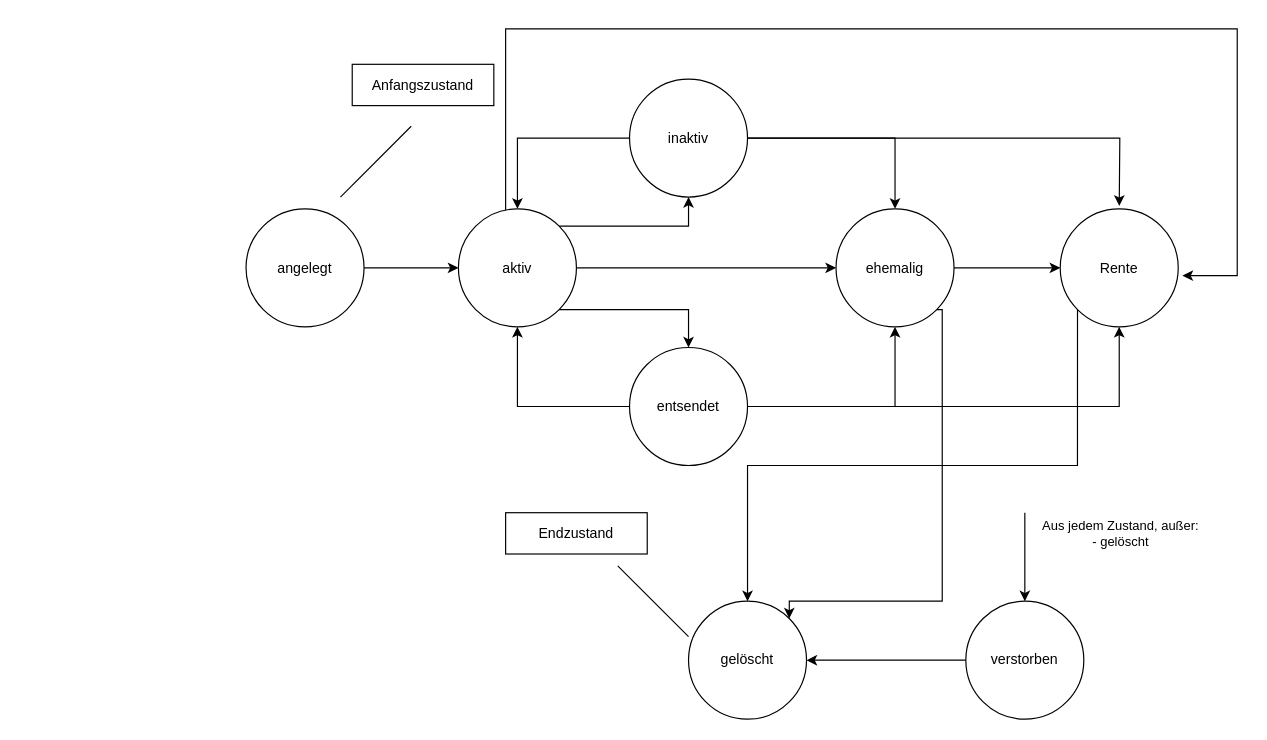
Earlier version of the draw.io diagram Inhalt/Zustandsautomat.drawio (timon-strauss/SE2-Projekt). Source tidied: cells renumbered, new cells numbered last; positions are measured from the earlier drawing's top-left corner, leaving out a move shared by most shapes. Both pictures are drawn from the tidied source at 118%, with x=0, y=0 at pixel (245, 28).
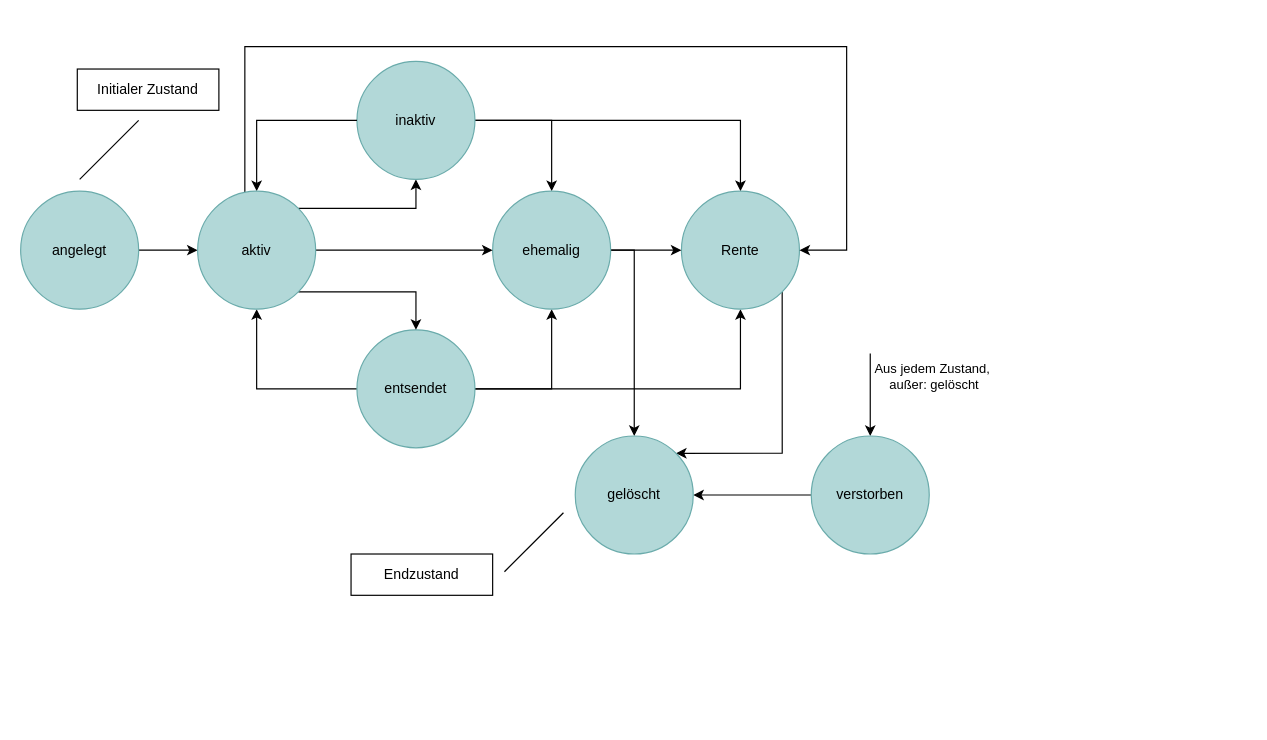
The same page after the edit.

What changed in the source:
```diff
@@
-    <mxCell id="3" value="angelegt" style="ellipse;whiteSpace=wrap;html=1;shapeInside=1;" parent="1" vertex="1">
-      <mxGeometry y="152.5" width="100" height="100" as="geometry" />
+    <mxCell id="3" value="angelegt" style="ellipse;whiteSpace=wrap;html=1;shapeInside=1;fillColor=#B2D8D8;strokeColor=#6AABAB;" parent="1" vertex="1">
+      <mxGeometry x="-191" y="137.5" width="100" height="100" as="geometry" />
     </mxCell>
@@
     <mxCell id="5" style="edgeStyle=orthogonalEdgeStyle;rounded=0;jettySize=auto;html=1;exitX=0.5;exitY=1;exitDx=0;exitDy=0;entryX=1;entryY=0;entryDx=0;entryDy=0;startArrow=classic;startFill=1;endArrow=none;endFill=0;" parent="1" edge="1" source="7" target="25">
       <mxGeometry relative="1" as="geometry">
         <Array as="points">
-          <mxPoint x="375" y="167" />
+          <mxPoint x="144" y="152" />
         </Array>
       </mxGeometry>
     </mxCell>
-    <mxCell id="6" style="edgeStyle=orthogonalEdgeStyle;rounded=0;jettySize=auto;html=1;" parent="1" edge="1" source="7">
-      <mxGeometry relative="1" as="geometry">
-        <mxPoint x="740" y="150" as="targetPoint" />
-      </mxGeometry>
-    </mxCell>
+    <mxCell id="31" style="edgeStyle=orthogonalEdgeStyle;rounded=0;jettySize=auto;html=1;exitX=1;exitY=0.5;exitDx=0;exitDy=0;entryX=0.5;entryY=0;entryDx=0;entryDy=0;" parent="1" edge="1" source="7" target="17">
+      <mxGeometry relative="1" as="geometry" />
+    </mxCell>
-    <mxCell id="7" value="inaktiv" style="ellipse;whiteSpace=wrap;html=1;shapeInside=1;" parent="1" vertex="1">
-      <mxGeometry x="325" y="42.5" width="100" height="100" as="geometry" />
+    <mxCell id="7" value="inaktiv" style="ellipse;whiteSpace=wrap;html=1;shapeInside=1;fillColor=#B2D8D8;strokeColor=#6AABAB;" parent="1" vertex="1">
+      <mxGeometry x="94" y="27.5" width="100" height="100" as="geometry" />
     </mxCell>
-    <mxCell id="8" style="edgeStyle=orthogonalEdgeStyle;rounded=0;jettySize=auto;html=1;entryX=0.5;entryY=1;entryDx=0;entryDy=0;" parent="1" edge="1" source="11" target="20">
-      <mxGeometry relative="1" as="geometry" />
-    </mxCell>
@@
+    <mxCell id="8" style="edgeStyle=orthogonalEdgeStyle;rounded=0;jettySize=auto;html=1;exitX=1;exitY=0.5;exitDx=0;exitDy=0;entryX=0.5;entryY=1;entryDx=0;entryDy=0;" parent="1" edge="1" source="11" target="20">
+      <mxGeometry relative="1" as="geometry" />
+    </mxCell>
-    <mxCell id="11" value="entsendet" style="ellipse;whiteSpace=wrap;html=1;shapeInside=1;" parent="1" vertex="1">
-      <mxGeometry x="325" y="270" width="100" height="100" as="geometry" />
+    <mxCell id="11" value="entsendet" style="ellipse;whiteSpace=wrap;html=1;shapeInside=1;fillColor=#B2D8D8;strokeColor=#6AABAB;" parent="1" vertex="1">
+      <mxGeometry x="94" y="255" width="100" height="100" as="geometry" />
     </mxCell>
-    <mxCell id="12" style="edgeStyle=orthogonalEdgeStyle;rounded=0;jettySize=auto;html=1;endArrow=none;endFill=0;startArrow=classic;startFill=1;" parent="1" edge="1" source="15">
-      <mxGeometry relative="1" as="geometry">
-        <mxPoint x="660" y="410" as="targetPoint" />
+    <mxCell id="12" value="Aus jedem Zustand,&amp;nbsp;&lt;div&gt;außer:&amp;nbsp;&lt;span style=&quot;background-color: light-dark(#ffffff, var(--ge-dark-color, #121212)); color: light-dark(rgb(0, 0, 0), rgb(255, 255, 255));&quot;&gt;gelöscht&lt;/span&gt;&lt;/div&gt;" style="edgeStyle=orthogonalEdgeStyle;rounded=0;jettySize=auto;html=1;endArrow=none;endFill=0;startArrow=classic;startFill=1;" parent="1" edge="1" source="15">
+      <mxGeometry x="0.43" y="-54" relative="1" as="geometry">
+        <mxPoint x="529" y="275" as="targetPoint" />
       </mxGeometry>
     </mxCell>
-    <mxCell id="13" value="Aus jedem Zustand, außer:&lt;div&gt;- gelöscht&lt;/div&gt;" style="edgeLabel;html=1;align=center;verticalAlign=middle;" parent="12" vertex="1">
-      <mxGeometry x="0.48" y="2" relative="1" as="geometry">
-        <mxPoint x="82" y="-2" as="offset" />
-      </mxGeometry>
-    </mxCell>
@@
-    <mxCell id="15" value="verstorben" style="ellipse;whiteSpace=wrap;html=1;shapeInside=1;" parent="1" vertex="1">
-      <mxGeometry x="610" y="485" width="100" height="100" as="geometry" />
+    <mxCell id="15" value="verstorben" style="ellipse;whiteSpace=wrap;html=1;shapeInside=1;fillColor=#B2D8D8;strokeColor=#6AABAB;" parent="1" vertex="1">
+      <mxGeometry x="479" y="345" width="100" height="100" as="geometry" />
     </mxCell>
-    <mxCell id="16" style="edgeStyle=orthogonalEdgeStyle;rounded=0;jettySize=auto;html=1;exitX=0;exitY=1;exitDx=0;exitDy=0;entryX=0.5;entryY=0;entryDx=0;entryDy=0;" parent="1" edge="1" source="17" target="30">
+    <mxCell id="16" style="edgeStyle=orthogonalEdgeStyle;rounded=0;jettySize=auto;html=1;exitX=1;exitY=1;exitDx=0;exitDy=0;entryX=1;entryY=0;entryDx=0;entryDy=0;" parent="1" edge="1" source="17" target="30">
       <mxGeometry relative="1" as="geometry">
         <Array as="points">
-          <mxPoint x="705" y="370" />
-          <mxPoint x="425" y="370" />
+          <mxPoint x="454.4" y="359.6" />
         </Array>
       </mxGeometry>
     </mxCell>
-    <mxCell id="17" value="Rente" style="ellipse;whiteSpace=wrap;html=1;shapeInside=1;" parent="1" vertex="1">
-      <mxGeometry x="690" y="152.5" width="100" height="100" as="geometry" />
+    <mxCell id="17" value="Rente" style="ellipse;whiteSpace=wrap;html=1;shapeInside=1;fillColor=#B2D8D8;strokeColor=#6AABAB;" parent="1" vertex="1">
+      <mxGeometry x="369" y="137.5" width="100" height="100" as="geometry" />
     </mxCell>
@@
-    <mxCell id="19" style="edgeStyle=orthogonalEdgeStyle;rounded=0;jettySize=auto;html=1;exitX=1;exitY=1;exitDx=0;exitDy=0;entryX=1;entryY=0;entryDx=0;entryDy=0;" parent="1" edge="1" source="20" target="30">
-      <mxGeometry relative="1" as="geometry">
-        <Array as="points">
-          <mxPoint x="590" y="238" />
-          <mxPoint x="590" y="485" />
-          <mxPoint x="460" y="485" />
-        </Array>
-      </mxGeometry>
+    <mxCell id="19" style="edgeStyle=orthogonalEdgeStyle;rounded=0;jettySize=auto;html=1;exitX=1;exitY=0.5;exitDx=0;exitDy=0;entryX=0.5;entryY=0;entryDx=0;entryDy=0;" parent="1" edge="1" source="20" target="30">
+      <mxGeometry x="0.11" relative="1" as="geometry" />
     </mxCell>
-    <mxCell id="20" value="ehemalig" style="ellipse;whiteSpace=wrap;html=1;shapeInside=1;" parent="1" vertex="1">
-      <mxGeometry x="500" y="152.5" width="100" height="100" as="geometry" />
+    <mxCell id="20" value="ehemalig" style="ellipse;whiteSpace=wrap;html=1;shapeInside=1;fillColor=#B2D8D8;strokeColor=#6AABAB;" parent="1" vertex="1">
+      <mxGeometry x="209" y="137.5" width="100" height="100" as="geometry" />
     </mxCell>
@@
-    <mxCell id="24" style="edgeStyle=orthogonalEdgeStyle;rounded=0;jettySize=auto;html=1;entryX=1.036;entryY=0.566;entryDx=0;entryDy=0;entryPerimeter=0;" parent="1" edge="1" source="25" target="17">
-      <mxGeometry relative="1" as="geometry">
+    <mxCell id="24" style="edgeStyle=orthogonalEdgeStyle;rounded=0;jettySize=auto;html=1;entryX=1;entryY=0.5;entryDx=0;entryDy=0;" parent="1" edge="1" source="25" target="17">
+      <mxGeometry x="0.18" relative="1" as="geometry">
         <Array as="points">
-          <mxPoint x="220" />
-          <mxPoint x="840" />
-          <mxPoint x="840" y="209" />
+          <mxPoint x="-1" y="15" />
+          <mxPoint x="509" y="15" />
+          <mxPoint x="509" y="187.5" />
         </Array>
       </mxGeometry>
     </mxCell>
-    <mxCell id="25" value="aktiv" style="ellipse;whiteSpace=wrap;html=1;shapeInside=1;" parent="1" vertex="1">
-      <mxGeometry x="180" y="152.5" width="100" height="100" as="geometry" />
+    <mxCell id="25" value="aktiv" style="ellipse;whiteSpace=wrap;html=1;shapeInside=1;fillColor=#B2D8D8;strokeColor=#6AABAB;" parent="1" vertex="1">
+      <mxGeometry x="-41" y="137.5" width="100" height="100" as="geometry" />
     </mxCell>
+    <mxCell id="28" value="Initialer Zustand" style="rounded=0;whiteSpace=wrap;html=1;" parent="1" vertex="1">
+      <mxGeometry x="-143" y="34" width="120" height="35" as="geometry" />
+    </mxCell>
+    <mxCell id="30" value="gelöscht" style="ellipse;whiteSpace=wrap;html=1;shapeInside=1;fillColor=#B2D8D8;strokeColor=#6AABAB;" parent="1" vertex="1">
+      <mxGeometry x="279" y="345" width="100" height="100" as="geometry" />
+    </mxCell>
     <mxCell id="26" value="Endzustand" style="rounded=0;whiteSpace=wrap;html=1;" parent="1" vertex="1">
-      <mxGeometry x="220" y="410" width="120" height="35" as="geometry" />
+      <mxGeometry x="89" y="445" width="120" height="35" as="geometry" />
     </mxCell>
-    <mxCell id="27" style="endArrow=none;html=1;rounded=0;" parent="1" edge="1">
-      <mxGeometry relative="1" as="geometry">
-        <mxPoint x="375" y="515" as="sourcePoint" />
-        <mxPoint x="315" y="455" as="targetPoint" />
-      </mxGeometry>
-    </mxCell>
-    <mxCell id="28" value="Anfangszustand" style="rounded=0;whiteSpace=wrap;html=1;" parent="1" vertex="1">
-      <mxGeometry x="90" y="30" width="120" height="35" as="geometry" />
-    </mxCell>
-    <mxCell id="29" style="endArrow=none;html=1;rounded=0;" parent="1" edge="1">
-      <mxGeometry relative="1" as="geometry">
-        <mxPoint x="80" y="142.5" as="sourcePoint" />
-        <mxPoint x="140" y="82.5" as="targetPoint" />
-      </mxGeometry>
-    </mxCell>
-    <mxCell id="30" value="gelöscht" style="ellipse;whiteSpace=wrap;html=1;shapeInside=1;" parent="1" vertex="1">
-      <mxGeometry x="375" y="485" width="100" height="100" as="geometry" />
-    </mxCell>
+    <mxCell id="32" style="endArrow=none;html=1;rounded=0;" parent="1" edge="1">
+      <mxGeometry relative="1" as="geometry">
+        <mxPoint x="219" y="460" as="sourcePoint" />
+        <mxPoint x="269" y="410" as="targetPoint" />
+      </mxGeometry>
+    </mxCell>
+    <mxCell id="33" style="endArrow=none;html=1;rounded=0;" parent="1" edge="1">
+      <mxGeometry relative="1" as="geometry">
+        <mxPoint x="-141" y="127.5" as="sourcePoint" />
+        <mxPoint x="-91" y="77.5" as="targetPoint" />
+      </mxGeometry>
+    </mxCell>
```
